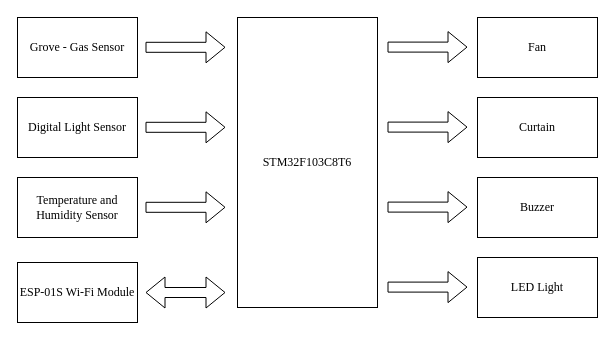
The draw.io diagram 架构图/SmartHome架构图.drawio in my-private-codes/draw.io, before the edit. Source tidied: cells renumbered, new cells numbered last; positions are measured from the earlier drawing's top-left corner, leaving out a move shared by most shapes. Both pictures are drawn from the tidied source at 100%, with x=0, y=0 at pixel (17, 17).
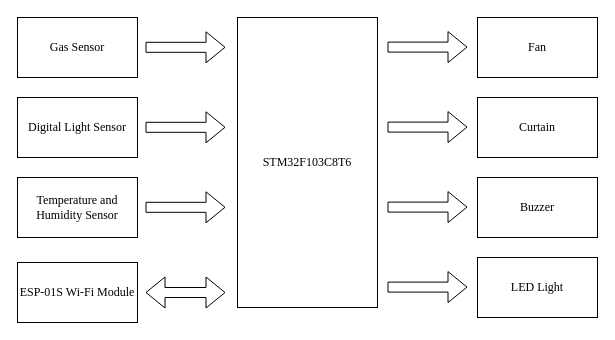
The same page after the edit.

Commit message:
更新SmartHome架构图.drawio

The edit, as a diff of the source:
```diff
@@
-    <mxCell id="3" value="&lt;font face=&quot;Times New Roman&quot;&gt;&lt;span lang=&quot;en&quot; class=&quot;ILfuVd&quot;&gt;&lt;span class=&quot;hgKElc&quot;&gt;Grove - Gas Sensor&lt;/span&gt;&lt;/span&gt;&lt;/font&gt;" style="rounded=0;whiteSpace=wrap;html=1;" parent="1" vertex="1">
+    <mxCell id="3" value="&lt;font face=&quot;Times New Roman&quot;&gt;&lt;span lang=&quot;en&quot; class=&quot;ILfuVd&quot;&gt;&lt;span class=&quot;hgKElc&quot;&gt;Gas Sensor&lt;/span&gt;&lt;/span&gt;&lt;/font&gt;" style="rounded=0;whiteSpace=wrap;html=1;" parent="1" vertex="1">
       <mxGeometry width="120" height="60" as="geometry" />
     </mxCell>
```
